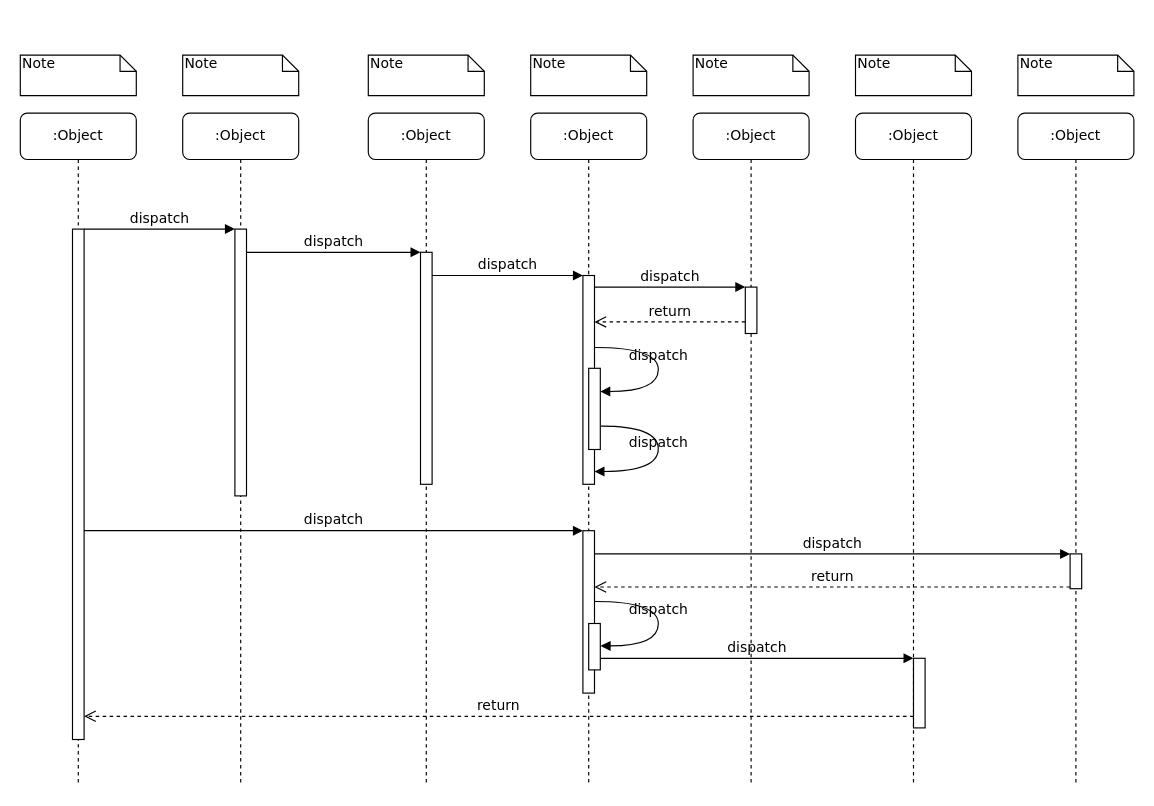
Above: Diagrama de Sequencia.drawio in andrew3690/SO1_20231 (draw.io), before the change. Source tidied: cells renumbered, new cells numbered last; positions are measured from the earlier drawing's top-left corner, leaving out a move shared by most shapes. Both pictures are drawn from the tidied source at 116%, with x=0, y=0 at pixel (20, 55).
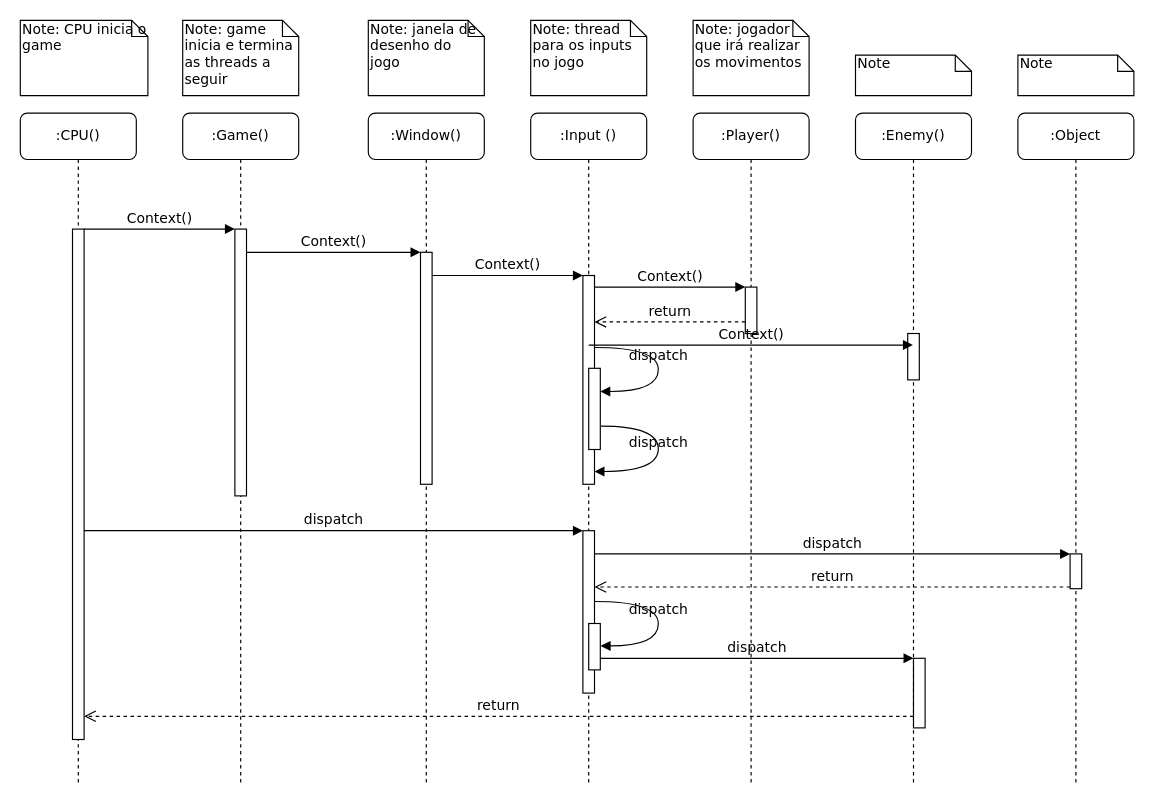
Above is the later version.

The change refers to these unchanged cells:
```xml
<mxCell id="3" style="html=1;points=[];perimeter=orthogonalPerimeter;rounded=0;shadow=0;comic=0;labelBackgroundColor=none;strokeWidth=1;fontFamily=Verdana;fontSize=12;align=center;" parent="2" vertex="1">
  <mxGeometry x="45" y="100" width="10" height="230" as="geometry" />
</mxCell>
<mxCell id="5" style="html=1;points=[];perimeter=orthogonalPerimeter;rounded=0;shadow=0;comic=0;labelBackgroundColor=none;strokeWidth=1;fontFamily=Verdana;fontSize=12;align=center;" parent="4" vertex="1">
  <mxGeometry x="45" y="120" width="10" height="200" as="geometry" />
</mxCell>
<mxCell id="11" style="html=1;points=[];perimeter=orthogonalPerimeter;rounded=0;shadow=0;comic=0;labelBackgroundColor=none;strokeWidth=1;fontFamily=Verdana;fontSize=12;align=center;" parent="10" vertex="1">
  <mxGeometry x="45" y="100" width="10" height="440" as="geometry" />
</mxCell>
<mxCell id="12" style="html=1;points=[];perimeter=orthogonalPerimeter;rounded=0;shadow=0;comic=0;labelBackgroundColor=none;strokeWidth=1;fontFamily=Verdana;fontSize=12;align=center;" parent="1" vertex="1">
  <mxGeometry x="485" y="190" width="10" height="180" as="geometry" />
</mxCell>
```

What changed in the source:
```diff
@@
-    <mxCell id="2" value=":Object" style="shape=umlLifeline;perimeter=lifelinePerimeter;whiteSpace=wrap;html=1;rounded=1;shadow=0;comic=0;labelBackgroundColor=none;strokeWidth=1;fontFamily=Verdana;fontSize=12;align=center;" parent="1" vertex="1">
+    <mxCell id="2" value=":Game()" style="shape=umlLifeline;perimeter=lifelinePerimeter;whiteSpace=wrap;html=1;rounded=1;shadow=0;comic=0;labelBackgroundColor=none;strokeWidth=1;fontFamily=Verdana;fontSize=12;align=center;" parent="1" vertex="1">
       <mxGeometry x="140" y="50" width="100" height="580" as="geometry" />
     </mxCell>
@@
-    <mxCell id="4" value=":Object" style="shape=umlLifeline;perimeter=lifelinePerimeter;whiteSpace=wrap;html=1;rounded=1;shadow=0;comic=0;labelBackgroundColor=none;strokeWidth=1;fontFamily=Verdana;fontSize=12;align=center;" parent="1" vertex="1">
+    <mxCell id="4" value=":Window()" style="shape=umlLifeline;perimeter=lifelinePerimeter;whiteSpace=wrap;html=1;rounded=1;shadow=0;comic=0;labelBackgroundColor=none;strokeWidth=1;fontFamily=Verdana;fontSize=12;align=center;" parent="1" vertex="1">
       <mxGeometry x="300" y="50" width="100" height="580" as="geometry" />
     </mxCell>
@@
-    <mxCell id="6" value=":Object" style="shape=umlLifeline;perimeter=lifelinePerimeter;whiteSpace=wrap;html=1;rounded=1;shadow=0;comic=0;labelBackgroundColor=none;strokeWidth=1;fontFamily=Verdana;fontSize=12;align=center;" parent="1" vertex="1">
+    <mxCell id="6" value=":Input ()" style="shape=umlLifeline;perimeter=lifelinePerimeter;whiteSpace=wrap;html=1;rounded=1;shadow=0;comic=0;labelBackgroundColor=none;strokeWidth=1;fontFamily=Verdana;fontSize=12;align=center;" parent="1" vertex="1">
       <mxGeometry x="440" y="50" width="100" height="580" as="geometry" />
     </mxCell>
-    <mxCell id="7" value=":Object" style="shape=umlLifeline;perimeter=lifelinePerimeter;whiteSpace=wrap;html=1;rounded=1;shadow=0;comic=0;labelBackgroundColor=none;strokeWidth=1;fontFamily=Verdana;fontSize=12;align=center;" parent="1" vertex="1">
+    <mxCell id="7" value=":Player()" style="shape=umlLifeline;perimeter=lifelinePerimeter;whiteSpace=wrap;html=1;rounded=1;shadow=0;comic=0;labelBackgroundColor=none;strokeWidth=1;fontFamily=Verdana;fontSize=12;align=center;" parent="1" vertex="1">
       <mxGeometry x="580" y="50" width="100" height="580" as="geometry" />
     </mxCell>
+    <mxCell id="14" style="html=1;points=[];perimeter=orthogonalPerimeter;rounded=0;shadow=0;comic=0;labelBackgroundColor=none;strokeWidth=1;fontFamily=Verdana;fontSize=12;align=center;" parent="7" vertex="1">
+      <mxGeometry x="45" y="150" width="10" height="40" as="geometry" />
+    </mxCell>
-    <mxCell id="8" value=":Object" style="shape=umlLifeline;perimeter=lifelinePerimeter;whiteSpace=wrap;html=1;outlineConnect=0;rounded=1;shadow=0;comic=0;labelBackgroundColor=none;strokeWidth=1;fontFamily=Verdana;fontSize=12;align=center;" parent="1" vertex="1">
+    <mxCell id="8" value=":Enemy()" style="shape=umlLifeline;perimeter=lifelinePerimeter;whiteSpace=wrap;html=1;outlineConnect=0;rounded=1;shadow=0;comic=0;labelBackgroundColor=none;strokeWidth=1;fontFamily=Verdana;fontSize=12;align=center;" parent="1" vertex="1">
       <mxGeometry x="720" y="50" width="100" height="580" as="geometry" />
     </mxCell>
+    <mxCell id="39" style="html=1;perimeter=orthogonalPerimeter;rounded=0;shadow=0;comic=0;labelBackgroundColor=none;strokeWidth=1;fontFamily=Verdana;fontSize=12;align=center;" parent="8" vertex="1">
+      <mxGeometry x="45" y="190" width="10" height="40" as="geometry" />
+    </mxCell>
@@
-    <mxCell id="10" value=":Object" style="shape=umlLifeline;perimeter=lifelinePerimeter;whiteSpace=wrap;html=1;rounded=1;shadow=0;comic=0;labelBackgroundColor=none;strokeWidth=1;fontFamily=Verdana;fontSize=12;align=center;" parent="1" vertex="1">
+    <mxCell id="10" value=":CPU()" style="shape=umlLifeline;perimeter=lifelinePerimeter;whiteSpace=wrap;html=1;rounded=1;shadow=0;comic=0;labelBackgroundColor=none;strokeWidth=1;fontFamily=Verdana;fontSize=12;align=center;" parent="1" vertex="1">
       <mxGeometry y="50" width="100" height="580" as="geometry" />
     </mxCell>
@@
-    <mxCell id="13" value="dispatch" style="html=1;verticalAlign=bottom;endArrow=block;labelBackgroundColor=none;fontFamily=Verdana;fontSize=12;edgeStyle=elbowEdgeStyle;elbow=vertical;" parent="1" edge="1" source="5" target="12">
+    <mxCell id="13" value="Context()" style="html=1;verticalAlign=bottom;endArrow=block;labelBackgroundColor=none;fontFamily=Verdana;fontSize=12;edgeStyle=elbowEdgeStyle;elbow=vertical;" parent="1" edge="1" source="5" target="12">
       <mxGeometry relative="1" as="geometry">
         <Array as="points">
           <mxPoint x="360" y="190" />
         </Array>
       </mxGeometry>
     </mxCell>
-    <mxCell id="14" style="html=1;points=[];perimeter=orthogonalPerimeter;rounded=0;shadow=0;comic=0;labelBackgroundColor=none;strokeWidth=1;fontFamily=Verdana;fontSize=12;align=center;" parent="1" vertex="1">
-      <mxGeometry x="625" y="200" width="10" height="40" as="geometry" />
-    </mxCell>
-    <mxCell id="15" value="dispatch" style="html=1;verticalAlign=bottom;endArrow=block;entryX=0;entryY=0;labelBackgroundColor=none;fontFamily=Verdana;fontSize=12;edgeStyle=elbowEdgeStyle;elbow=vertical;" parent="1" edge="1" source="12" target="14">
+    <mxCell id="15" value="Context()" style="html=1;verticalAlign=bottom;endArrow=block;entryX=0;entryY=0;labelBackgroundColor=none;fontFamily=Verdana;fontSize=12;edgeStyle=elbowEdgeStyle;elbow=vertical;" parent="1" edge="1" source="12" target="14">
       <mxGeometry relative="1" as="geometry" />
     </mxCell>
@@
-    <mxCell id="25" value="dispatch" style="html=1;verticalAlign=bottom;endArrow=block;entryX=0;entryY=0;labelBackgroundColor=none;fontFamily=Verdana;fontSize=12;edgeStyle=elbowEdgeStyle;elbow=vertical;" parent="1" edge="1" source="11" target="3">
+    <mxCell id="25" value="Context()" style="html=1;verticalAlign=bottom;endArrow=block;entryX=0;entryY=0;labelBackgroundColor=none;fontFamily=Verdana;fontSize=12;edgeStyle=elbowEdgeStyle;elbow=vertical;" parent="1" edge="1" source="11" target="3">
       <mxGeometry relative="1" as="geometry" />
     </mxCell>
-    <mxCell id="26" value="dispatch" style="html=1;verticalAlign=bottom;endArrow=block;entryX=0;entryY=0;labelBackgroundColor=none;fontFamily=Verdana;fontSize=12;edgeStyle=elbowEdgeStyle;elbow=vertical;" parent="1" edge="1" source="3" target="5">
+    <mxCell id="26" value="Context()" style="html=1;verticalAlign=bottom;endArrow=block;entryX=0;entryY=0;labelBackgroundColor=none;fontFamily=Verdana;fontSize=12;edgeStyle=elbowEdgeStyle;elbow=vertical;" parent="1" edge="1" source="3" target="5">
       <mxGeometry relative="1" as="geometry" />
     </mxCell>
@@
-    <mxCell id="32" value="Note" style="shape=note;whiteSpace=wrap;html=1;size=14;verticalAlign=top;align=left;spacingTop=-6;rounded=0;shadow=0;comic=0;labelBackgroundColor=none;strokeWidth=1;fontFamily=Verdana;fontSize=12;" parent="1" vertex="1">
-      <mxGeometry width="100" height="35" as="geometry" />
+    <mxCell id="32" value="Note: CPU inicia o game" style="shape=note;whiteSpace=wrap;html=1;size=14;verticalAlign=top;align=left;spacingTop=-6;rounded=0;shadow=0;comic=0;labelBackgroundColor=none;strokeWidth=1;fontFamily=Verdana;fontSize=12;" parent="1" vertex="1">
+      <mxGeometry y="-30" width="110" height="65" as="geometry" />
     </mxCell>
-    <mxCell id="33" value="Note" style="shape=note;whiteSpace=wrap;html=1;size=14;verticalAlign=top;align=left;spacingTop=-6;rounded=0;shadow=0;comic=0;labelBackgroundColor=none;strokeWidth=1;fontFamily=Verdana;fontSize=12;" parent="1" vertex="1">
-      <mxGeometry x="140" width="100" height="35" as="geometry" />
+    <mxCell id="33" value="Note: game inicia e termina as threads a seguir" style="shape=note;whiteSpace=wrap;html=1;size=14;verticalAlign=top;align=left;spacingTop=-6;rounded=0;shadow=0;comic=0;labelBackgroundColor=none;strokeWidth=1;fontFamily=Verdana;fontSize=12;" parent="1" vertex="1">
+      <mxGeometry x="140" y="-30" width="100" height="65" as="geometry" />
     </mxCell>
-    <mxCell id="34" value="Note" style="shape=note;whiteSpace=wrap;html=1;size=14;verticalAlign=top;align=left;spacingTop=-6;rounded=0;shadow=0;comic=0;labelBackgroundColor=none;strokeWidth=1;fontFamily=Verdana;fontSize=12;" parent="1" vertex="1">
-      <mxGeometry x="300" width="100" height="35" as="geometry" />
+    <mxCell id="34" value="Note: janela de desenho do jogo" style="shape=note;whiteSpace=wrap;html=1;size=14;verticalAlign=top;align=left;spacingTop=-6;rounded=0;shadow=0;comic=0;labelBackgroundColor=none;strokeWidth=1;fontFamily=Verdana;fontSize=12;" parent="1" vertex="1">
+      <mxGeometry x="300" y="-30" width="100" height="65" as="geometry" />
     </mxCell>
-    <mxCell id="35" value="Note" style="shape=note;whiteSpace=wrap;html=1;size=14;verticalAlign=top;align=left;spacingTop=-6;rounded=0;shadow=0;comic=0;labelBackgroundColor=none;strokeWidth=1;fontFamily=Verdana;fontSize=12;" parent="1" vertex="1">
-      <mxGeometry x="440" width="100" height="35" as="geometry" />
+    <mxCell id="35" value="Note: thread para os inputs no jogo" style="shape=note;whiteSpace=wrap;html=1;size=14;verticalAlign=top;align=left;spacingTop=-6;rounded=0;shadow=0;comic=0;labelBackgroundColor=none;strokeWidth=1;fontFamily=Verdana;fontSize=12;" parent="1" vertex="1">
+      <mxGeometry x="440" y="-30" width="100" height="65" as="geometry" />
     </mxCell>
-    <mxCell id="36" value="Note" style="shape=note;whiteSpace=wrap;html=1;size=14;verticalAlign=top;align=left;spacingTop=-6;rounded=0;shadow=0;comic=0;labelBackgroundColor=none;strokeWidth=1;fontFamily=Verdana;fontSize=12;" parent="1" vertex="1">
-      <mxGeometry x="580" width="100" height="35" as="geometry" />
+    <mxCell id="36" value="Note: jogador que irá realizar os movimentos&amp;nbsp;" style="shape=note;whiteSpace=wrap;html=1;size=14;verticalAlign=top;align=left;spacingTop=-6;rounded=0;shadow=0;comic=0;labelBackgroundColor=none;strokeWidth=1;fontFamily=Verdana;fontSize=12;" parent="1" vertex="1">
+      <mxGeometry x="580" y="-30" width="100" height="65" as="geometry" />
     </mxCell>
@@
+    <mxCell id="40" value="Context()" style="html=1;verticalAlign=bottom;endArrow=block;labelBackgroundColor=none;fontFamily=Verdana;fontSize=12;edgeStyle=elbowEdgeStyle;elbow=vertical;" parent="1" edge="1" target="8">
+      <mxGeometry relative="1" as="geometry">
+        <mxPoint x="490" y="250" as="sourcePoint" />
+      </mxGeometry>
+    </mxCell>
```
